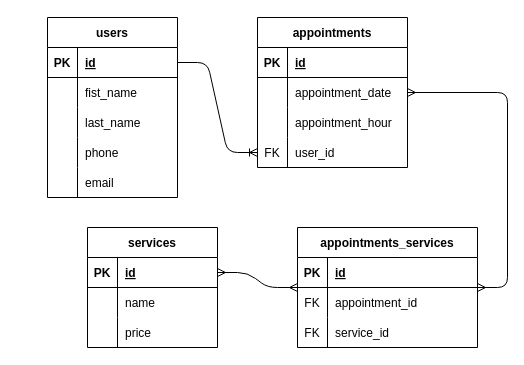
Above: er_diagrams/er_diagram.drawio in ElisPerez/appsalon_docker_lamp (draw.io), before the change. Source tidied: cells renumbered, new cells numbered last; positions are measured from the earlier drawing's top-left corner, leaving out a move shared by most shapes. Both pictures are drawn from the tidied source at 100%, with x=0, y=0 at pixel (47, 17).
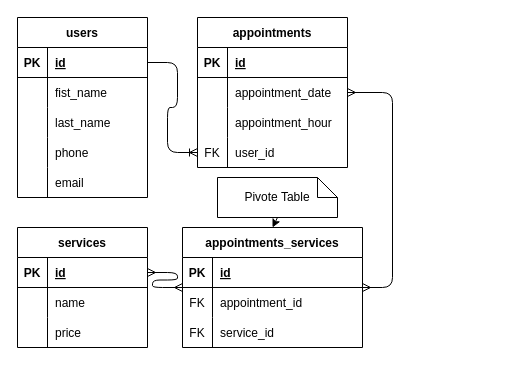
The same diagram, later.

The edit, as a diff of the source:
```diff
@@
     <mxCell id="2" value="users" style="shape=table;startSize=30;childLayout=tableLayout;rowLines=0;fontStyle=1;align=center;" parent="1" vertex="1">
-      <mxGeometry width="130" height="180" as="geometry" />
+      <mxGeometry x="-30" width="130" height="180" as="geometry" />
     </mxCell>
@@
     <mxCell id="18" value="appointments" style="shape=table;startSize=30;childLayout=tableLayout;rowLines=0;fontStyle=1;align=center;" parent="1" vertex="1">
-      <mxGeometry x="210" width="150" height="150" as="geometry" />
+      <mxGeometry x="150" width="150" height="150" as="geometry" />
     </mxCell>
@@
     <mxCell id="32" value="appointments_services" style="shape=table;startSize=30;childLayout=tableLayout;rowLines=0;fontStyle=1;align=center;" parent="1" vertex="1">
-      <mxGeometry x="250" y="210" width="180" height="120" as="geometry" />
+      <mxGeometry x="135" y="210" width="180" height="120" as="geometry" />
     </mxCell>
@@
     <mxCell id="43" value="services" style="shape=table;startSize=30;childLayout=tableLayout;rowLines=0;fontStyle=1;align=center;" parent="1" vertex="1">
-      <mxGeometry x="40" y="210" width="130" height="120" as="geometry" />
+      <mxGeometry x="-30" y="210" width="130" height="120" as="geometry" />
     </mxCell>
@@
+    <mxCell id="54" style="edgeStyle=none;html=1;exitX=0.5;exitY=1;exitDx=0;exitDy=0;exitPerimeter=0;entryX=0.5;entryY=0;entryDx=0;entryDy=0;" parent="1" edge="1" source="55" target="32">
+      <mxGeometry relative="1" as="geometry" />
+    </mxCell>
+    <mxCell id="55" value="Pivote Table" style="shape=note;size=20;whiteSpace=wrap;html=1;" parent="1" vertex="1">
+      <mxGeometry x="170" y="160" width="120" height="40" as="geometry" />
+    </mxCell>
```
